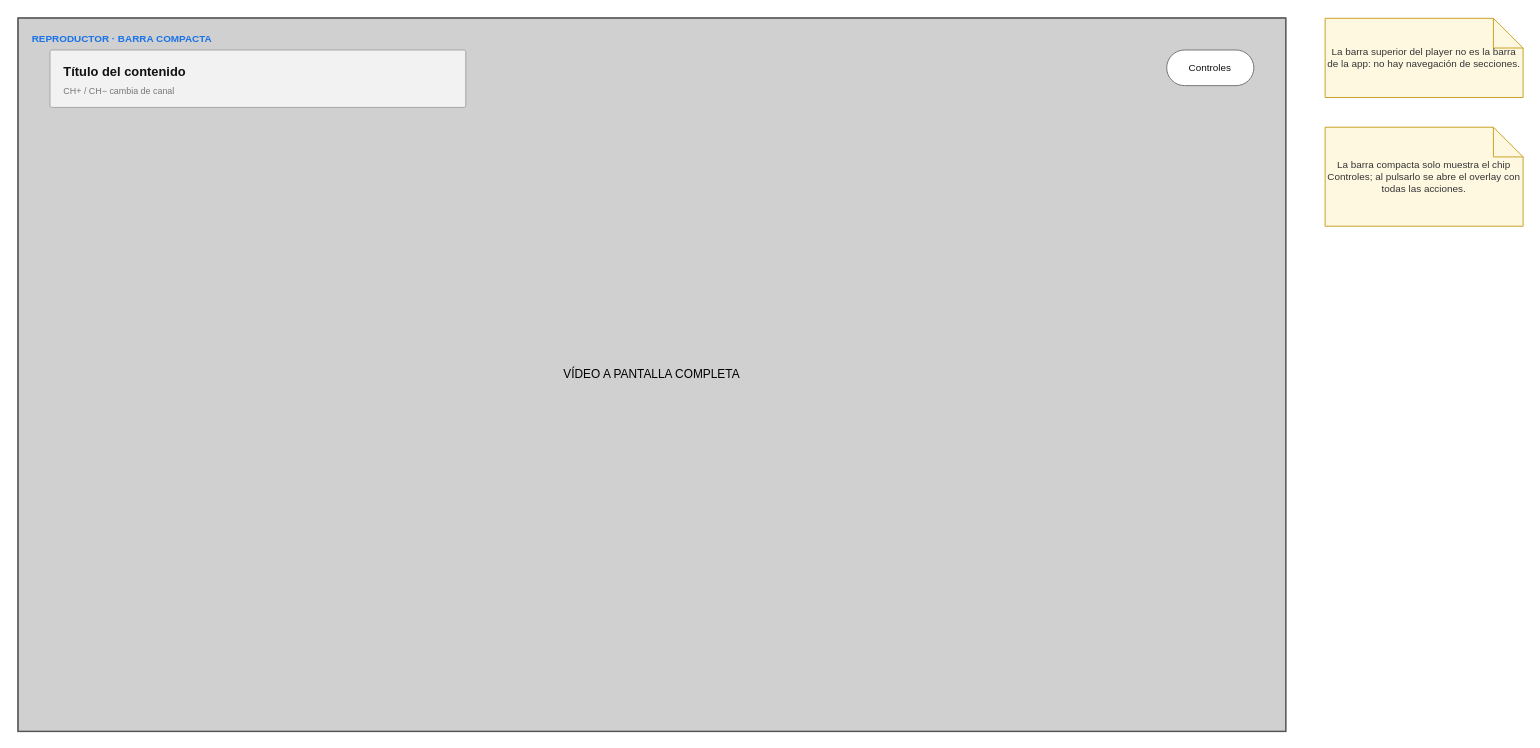
andres3336/streaming keeps this draw.io diagram as page "03 · Player · barra compacta" (4 of 13) of design/layouts/REPRODUCTOR.drawio. Above is the earlier version. Source tidied: cells renumbered, new cells numbered last; positions are measured from the earlier drawing's top-left corner, leaving out a move shared by most shapes. Both pictures are drawn from the tidied source at 99%, with x=0, y=0 at pixel (18, 18).
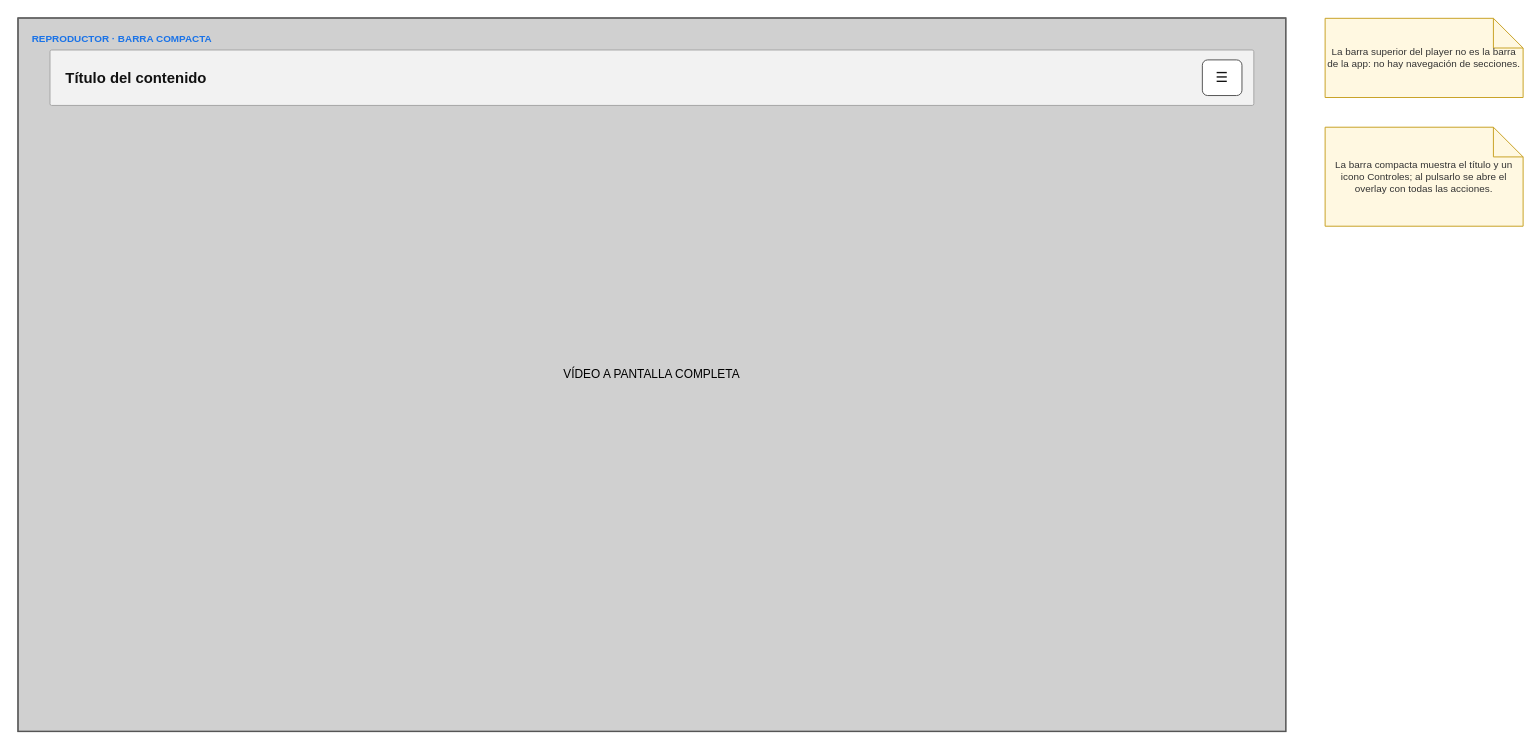
Above is the later version.

Change to the diagram source:
```diff
@@
 <mxGraphModel>
   <root>
     <mxCell id="0" />
     <mxCell id="1" parent="0" />
     <mxCell id="2" parent="0" />
-    <mxCell id="3" parent="0" />
     <mxCell id="4" style="group;" parent="2" vertex="1">
       <mxGeometry width="1280" height="720" as="geometry" />
     </mxCell>
     <mxCell id="5" style="rounded=0;whiteSpace=wrap;html=1;fillColor=#F7F7F7;strokeColor=#333333;strokeWidth=2;fontFamily=Helvetica;" parent="4" vertex="1">
       <mxGeometry width="1280" height="720" as="geometry" />
     </mxCell>
-    <mxCell id="6" value="REPRODUCTOR · BARRA COMPACTA" style="text;html=1;whiteSpace=wrap;align=left;verticalAlign=top;fontSize=10;fontStyle=1;fontColor=#1A73E8;fontFamily=Helvetica;" parent="3" vertex="1">
-      <mxGeometry x="12" y="8" width="1256" height="18" as="geometry" />
-    </mxCell>
     <mxCell id="7" value="VÍDEO A PANTALLA COMPLETA" style="rounded=0;whiteSpace=wrap;html=1;fillColor=#D0D0D0;strokeColor=#606060;strokeWidth=1;fontFamily=Helvetica;" parent="4" vertex="1">
       <mxGeometry width="1280" height="720" as="geometry" />
     </mxCell>
     <mxCell id="8" style="rounded=1;arcSize=3;whiteSpace=wrap;html=1;fillColor=#F2F2F2;strokeColor=#A6A6A6;strokeWidth=1;fontFamily=Helvetica;" parent="4" vertex="1">
-      <mxGeometry x="32" y="32" width="420" height="58" as="geometry" />
+      <mxGeometry x="32" y="32" width="1216" height="56" as="geometry" />
     </mxCell>
-    <mxCell id="9" value="Título del contenido" style="text;html=1;whiteSpace=wrap;align=left;verticalAlign=top;fontSize=13;fontColor=#111111;fontStyle=1;fontFamily=Helvetica;" parent="4" vertex="1">
-      <mxGeometry x="44" y="40" width="390" height="22" as="geometry" />
+    <mxCell id="9" value="Título del contenido" style="text;html=1;whiteSpace=wrap;align=left;verticalAlign=middle;fontSize=15;fontColor=#111111;fontStyle=1;fontFamily=Helvetica;" parent="4" vertex="1">
+      <mxGeometry x="46" y="46" width="700" height="28" as="geometry" />
     </mxCell>
-    <mxCell id="10" value="CH+ / CH− cambia de canal" style="text;html=1;whiteSpace=wrap;align=left;verticalAlign=top;fontSize=9;fontColor=#777777;fontFamily=Helvetica;" parent="4" vertex="1">
-      <mxGeometry x="44" y="62" width="390" height="18" as="geometry" />
-    </mxCell>
-    <mxCell id="11" value="Controles" style="rounded=1;arcSize=50;whiteSpace=wrap;html=1;fillColor=#FFFFFF;strokeColor=#777777;strokeWidth=1;fontSize=10;fontColor=#111111;fontFamily=Helvetica;" parent="4" vertex="1">
-      <mxGeometry x="1160" y="32" width="88" height="36" as="geometry" />
+    <mxCell id="11" value="☰" style="rounded=1;arcSize=15;whiteSpace=wrap;html=1;fillColor=#FFFFFF;strokeColor=#555555;strokeWidth=1;fontSize=14;fontColor=#111111;fontFamily=Helvetica;" parent="4" vertex="1">
+      <mxGeometry x="1196" y="42" width="40" height="36" as="geometry" />
     </mxCell>
+    <mxCell id="3" parent="0" />
+    <mxCell id="6" value="REPRODUCTOR · BARRA COMPACTA" style="text;html=1;whiteSpace=wrap;align=left;verticalAlign=top;fontSize=10;fontStyle=1;fontColor=#1A73E8;fontFamily=Helvetica;" parent="3" vertex="1">
+      <mxGeometry x="12" y="8" width="1256" height="18" as="geometry" />
+    </mxCell>
     <mxCell id="12" value="La barra superior del player no es la barra de la app: no hay navegación de secciones." style="shape=note;whiteSpace=wrap;html=1;backgroundOutline=1;fillColor=#FFF8E1;strokeColor=#C9A227;fontSize=10;fontColor=#333333;fontFamily=Helvetica;" parent="3" vertex="1">
       <mxGeometry x="1320" width="200" height="80" as="geometry" />
     </mxCell>
-    <mxCell id="13" value="La barra compacta solo muestra el chip Controles; al pulsarlo se abre el overlay con todas las acciones." style="shape=note;whiteSpace=wrap;html=1;backgroundOutline=1;fillColor=#FFF8E1;strokeColor=#C9A227;fontSize=10;fontColor=#333333;fontFamily=Helvetica;" parent="3" vertex="1">
+    <mxCell id="13" value="La barra compacta muestra el título y un icono Controles; al pulsarlo se abre el overlay con todas las acciones." style="shape=note;whiteSpace=wrap;html=1;backgroundOutline=1;fillColor=#FFF8E1;strokeColor=#C9A227;fontSize=10;fontColor=#333333;fontFamily=Helvetica;" parent="3" vertex="1">
       <mxGeometry x="1320" y="110" width="200" height="100" as="geometry" />
     </mxCell>
   </root>
 </mxGraphModel>
```
